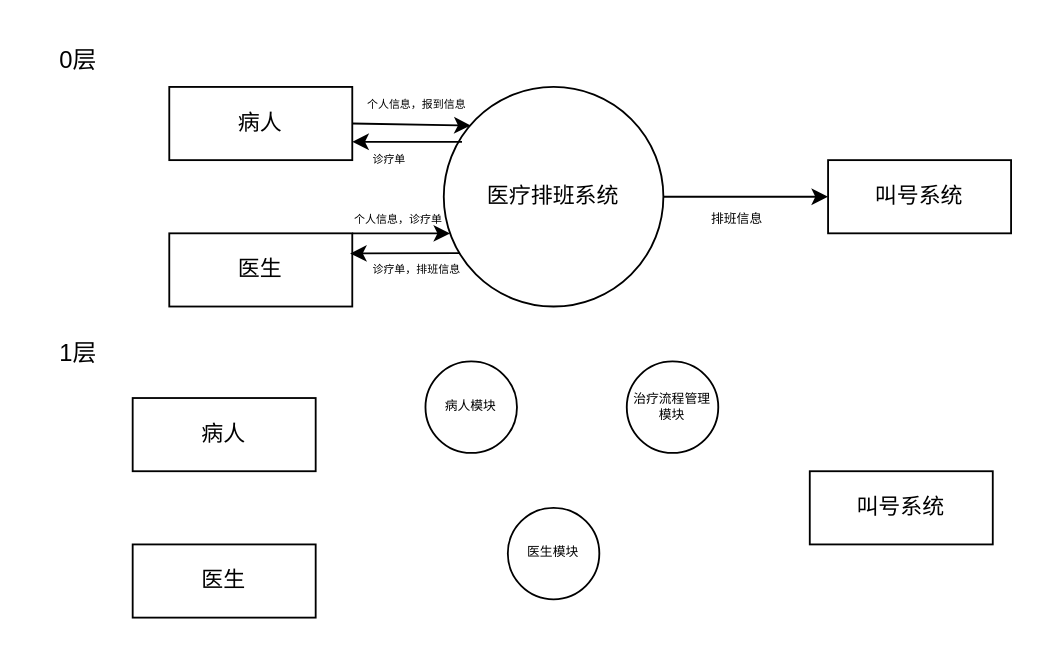
The draw.io diagram 数据流图.drawio in Blouse-Quin/Time-Allocation-Platform, before the edit. Source tidied: cells renumbered, new cells numbered last; positions are measured from the earlier drawing's top-left corner, leaving out a move shared by most shapes. Both pictures are drawn from the tidied source at 183%, with x=0, y=0 at pixel (40, 31).
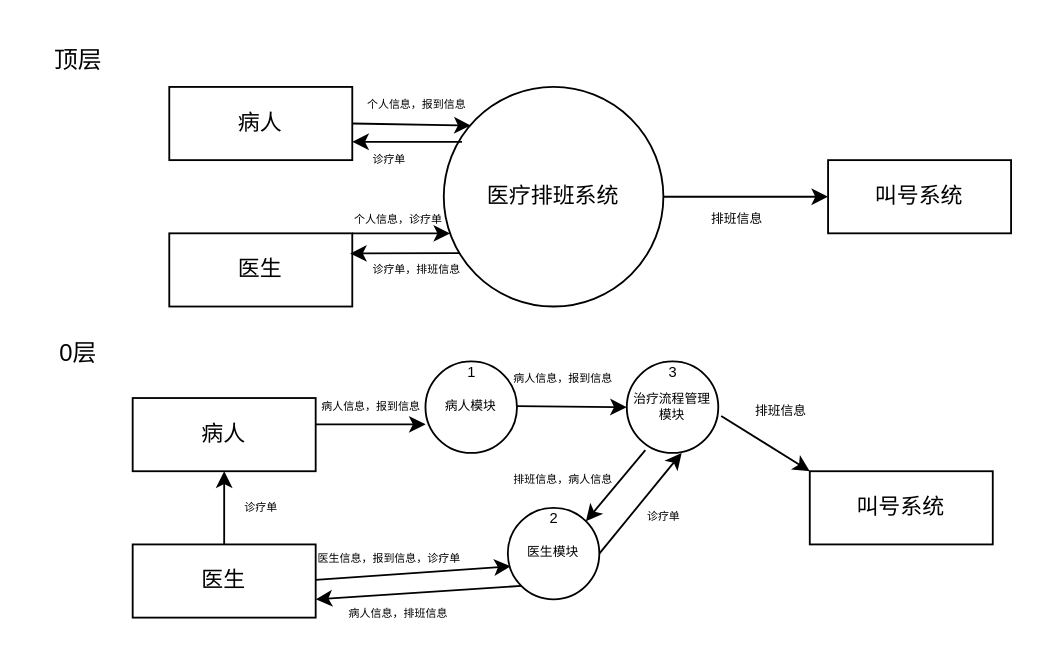
The same diagram, later.

Unchanged cells that the change refers to:
```xml
<mxCell id="18" value="病人" style="rounded=0;whiteSpace=wrap;html=1;" parent="1" vertex="1">
  <mxGeometry x="50" y="200" width="100" height="40" as="geometry" />
</mxCell>
<mxCell id="19" value="医生" style="rounded=0;whiteSpace=wrap;html=1;" parent="1" vertex="1">
  <mxGeometry x="50" y="280" width="100" height="40" as="geometry" />
</mxCell>
<mxCell id="20" value="叫号系统" style="rounded=0;whiteSpace=wrap;html=1;" parent="1" vertex="1">
  <mxGeometry x="420" y="240" width="100" height="40" as="geometry" />
</mxCell>
<mxCell id="22" value="医生模块" style="ellipse;whiteSpace=wrap;html=1;fontSize=7;" parent="1" vertex="1">
  <mxGeometry x="255" y="260" width="50" height="50" as="geometry" />
</mxCell>
<mxCell id="23" value="治疗流程管理模块" style="ellipse;whiteSpace=wrap;html=1;fontSize=7;" parent="1" vertex="1">
  <mxGeometry x="320" y="180" width="50" height="50" as="geometry" />
</mxCell>
```

What changed in the source:
```diff
@@
-    <mxCell id="11" value="&lt;font style=&quot;font-size: 13px;&quot;&gt;0层&lt;/font&gt;" style="text;html=1;align=center;verticalAlign=middle;strokeColor=none;fillColor=none;fontSize=8;" parent="1" vertex="1">
-      <mxGeometry width="40" height="30" as="geometry" />
+    <mxCell id="11" value="&lt;font style=&quot;font-size: 13px;&quot;&gt;顶层&lt;/font&gt;" style="text;html=1;align=center;verticalAlign=middle;strokeColor=none;fillColor=none;fontSize=8;" parent="1" vertex="1">
+      <mxGeometry x="-5" width="50" height="30" as="geometry" />
     </mxCell>
-    <mxCell id="12" value="&lt;font style=&quot;font-size: 13px;&quot;&gt;1层&lt;/font&gt;" style="text;html=1;align=center;verticalAlign=middle;strokeColor=none;fillColor=none;fontSize=8;" parent="1" vertex="1">
+    <mxCell id="12" value="&lt;font style=&quot;font-size: 13px;&quot;&gt;0层&lt;/font&gt;" style="text;html=1;align=center;verticalAlign=middle;strokeColor=none;fillColor=none;fontSize=8;" parent="1" vertex="1">
       <mxGeometry y="160" width="40" height="30" as="geometry" />
     </mxCell>
@@
+    <mxCell id="24" style="edgeStyle=none;html=1;exitX=0;exitY=1;exitDx=0;exitDy=0;entryX=1;entryY=0.75;entryDx=0;entryDy=0;fontSize=8;" parent="1" edge="1" source="22" target="19">
+      <mxGeometry relative="1" as="geometry" />
+    </mxCell>
+    <mxCell id="25" style="edgeStyle=none;html=1;exitX=1;exitY=0.5;exitDx=0;exitDy=0;entryX=0.6;entryY=1;entryDx=0;entryDy=0;entryPerimeter=0;fontSize=8;" parent="1" edge="1" source="22" target="23">
+      <mxGeometry relative="1" as="geometry" />
+    </mxCell>
@@
+    <mxCell id="26" style="edgeStyle=none;html=1;exitX=0.203;exitY=0.969;exitDx=0;exitDy=0;entryX=1;entryY=0;entryDx=0;entryDy=0;fontSize=8;exitPerimeter=0;" parent="1" edge="1" source="23" target="22">
+      <mxGeometry relative="1" as="geometry" />
+    </mxCell>
+    <mxCell id="27" style="edgeStyle=none;html=1;exitX=0.5;exitY=0;exitDx=0;exitDy=0;entryX=0.5;entryY=1;entryDx=0;entryDy=0;fontSize=8;" parent="1" edge="1" source="19" target="18">
+      <mxGeometry relative="1" as="geometry" />
+    </mxCell>
@@
+    <mxCell id="28" value="病人信息，报到信息" style="text;html=1;align=center;verticalAlign=middle;points=[];strokeColor=none;fillColor=none;fontSize=6;" parent="1" vertex="1">
+      <mxGeometry x="140" y="195" width="80" height="20" as="geometry" />
+    </mxCell>
+    <mxCell id="29" style="edgeStyle=none;html=1;exitX=0.125;exitY=0.969;exitDx=0;exitDy=0;entryX=0.876;entryY=0.969;entryDx=0;entryDy=0;entryPerimeter=0;exitPerimeter=0;" parent="1" edge="1" source="28" target="28">
+      <mxGeometry relative="1" as="geometry" />
+    </mxCell>
+    <mxCell id="30" style="edgeStyle=none;html=1;exitX=1;exitY=0.5;exitDx=0;exitDy=0;entryX=0.031;entryY=0.639;entryDx=0;entryDy=0;entryPerimeter=0;" parent="1" edge="1" target="22">
+      <mxGeometry relative="1" as="geometry">
+        <mxPoint x="150" y="299.4" as="sourcePoint" />
+      </mxGeometry>
+    </mxCell>
+    <mxCell id="31" value="&lt;font style=&quot;font-size: 6px;&quot;&gt;医生信息，报到信息，诊疗单&lt;/font&gt;" style="text;html=1;align=center;verticalAlign=middle;strokeColor=none;fillColor=none;fontSize=13;" parent="1" vertex="1">
+      <mxGeometry x="140" y="270" width="100" height="30" as="geometry" />
+    </mxCell>
+    <mxCell id="32" value="&lt;font style=&quot;font-size: 8px;&quot;&gt;1&lt;/font&gt;" style="text;html=1;align=center;verticalAlign=middle;strokeColor=none;fillColor=none;" parent="1" vertex="1">
+      <mxGeometry x="220" y="170" width="30" height="30" as="geometry" />
+    </mxCell>
+    <mxCell id="33" value="&lt;font style=&quot;font-size: 8px;&quot;&gt;2&lt;/font&gt;" style="text;html=1;align=center;verticalAlign=middle;strokeColor=none;fillColor=none;" parent="1" vertex="1">
+      <mxGeometry x="265" y="250" width="30" height="30" as="geometry" />
+    </mxCell>
+    <mxCell id="34" value="&lt;span style=&quot;font-size: 8px;&quot;&gt;3&lt;/span&gt;" style="text;html=1;align=center;verticalAlign=middle;strokeColor=none;fillColor=none;" parent="1" vertex="1">
+      <mxGeometry x="330" y="170" width="30" height="30" as="geometry" />
+    </mxCell>
+    <mxCell id="35" value="&lt;font style=&quot;font-size: 7px;&quot;&gt;排班信息&lt;/font&gt;" style="text;html=1;align=center;verticalAlign=middle;strokeColor=none;fillColor=none;fontSize=13;" parent="1" vertex="1">
+      <mxGeometry x="379" y="190" width="50" height="30" as="geometry" />
+    </mxCell>
+    <mxCell id="36" style="edgeStyle=none;html=1;exitX=1.032;exitY=0.596;exitDx=0;exitDy=0;entryX=0;entryY=0;entryDx=0;entryDy=0;exitPerimeter=0;" parent="1" edge="1" source="23" target="20">
+      <mxGeometry relative="1" as="geometry" />
+    </mxCell>
+    <mxCell id="37" style="edgeStyle=none;html=1;exitX=1;exitY=0.5;exitDx=0;exitDy=0;entryX=0;entryY=0.5;entryDx=0;entryDy=0;" parent="1" edge="1" target="23">
+      <mxGeometry relative="1" as="geometry">
+        <mxPoint x="260" y="204.4" as="sourcePoint" />
+      </mxGeometry>
+    </mxCell>
+    <mxCell id="38" value="排班信息，病人信息" style="text;html=1;align=center;verticalAlign=middle;strokeColor=none;fillColor=none;fontSize=6;" parent="1" vertex="1">
+      <mxGeometry x="245" y="235" width="80" height="20" as="geometry" />
+    </mxCell>
+    <mxCell id="39" value="&lt;font style=&quot;font-size: 6px;&quot;&gt;病人信息，排班信息&lt;/font&gt;" style="text;html=1;align=center;verticalAlign=middle;strokeColor=none;fillColor=none;fontSize=13;" parent="1" vertex="1">
+      <mxGeometry x="155" y="300" width="80" height="30" as="geometry" />
+    </mxCell>
+    <mxCell id="40" value="病人信息，报到信息" style="text;html=1;align=center;verticalAlign=middle;strokeColor=none;fillColor=none;fontSize=6;" parent="1" vertex="1">
+      <mxGeometry x="245" y="180" width="80" height="20" as="geometry" />
+    </mxCell>
+    <mxCell id="41" value="诊疗单" style="text;html=1;align=center;verticalAlign=middle;strokeColor=none;fillColor=none;fontSize=6;" parent="1" vertex="1">
+      <mxGeometry x="320" y="255" width="40" height="20" as="geometry" />
+    </mxCell>
+    <mxCell id="42" value="诊疗单" style="text;html=1;align=center;verticalAlign=middle;strokeColor=none;fillColor=none;fontSize=6;" parent="1" vertex="1">
+      <mxGeometry x="100" y="250" width="40" height="20" as="geometry" />
+    </mxCell>
```
